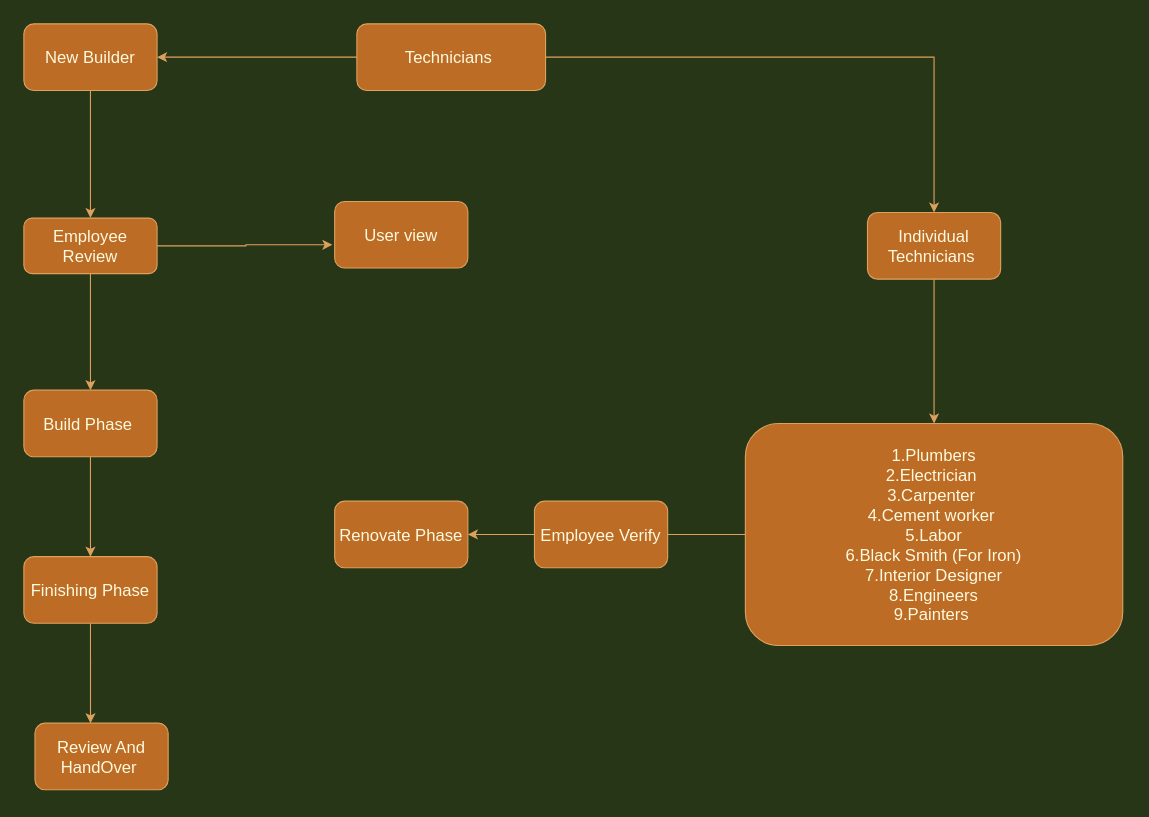
This is page "Technician Phase" (3 of 5) of Buildor.drawio from Satishpokala124/Buildor, a draw.io file, before an edit. Source tidied: cells renumbered, new cells numbered last; positions are measured from the earlier drawing's top-left corner, leaving out a move shared by most shapes. Both pictures are drawn from the tidied source at 111%, with x=0, y=0 at pixel (23, 23).
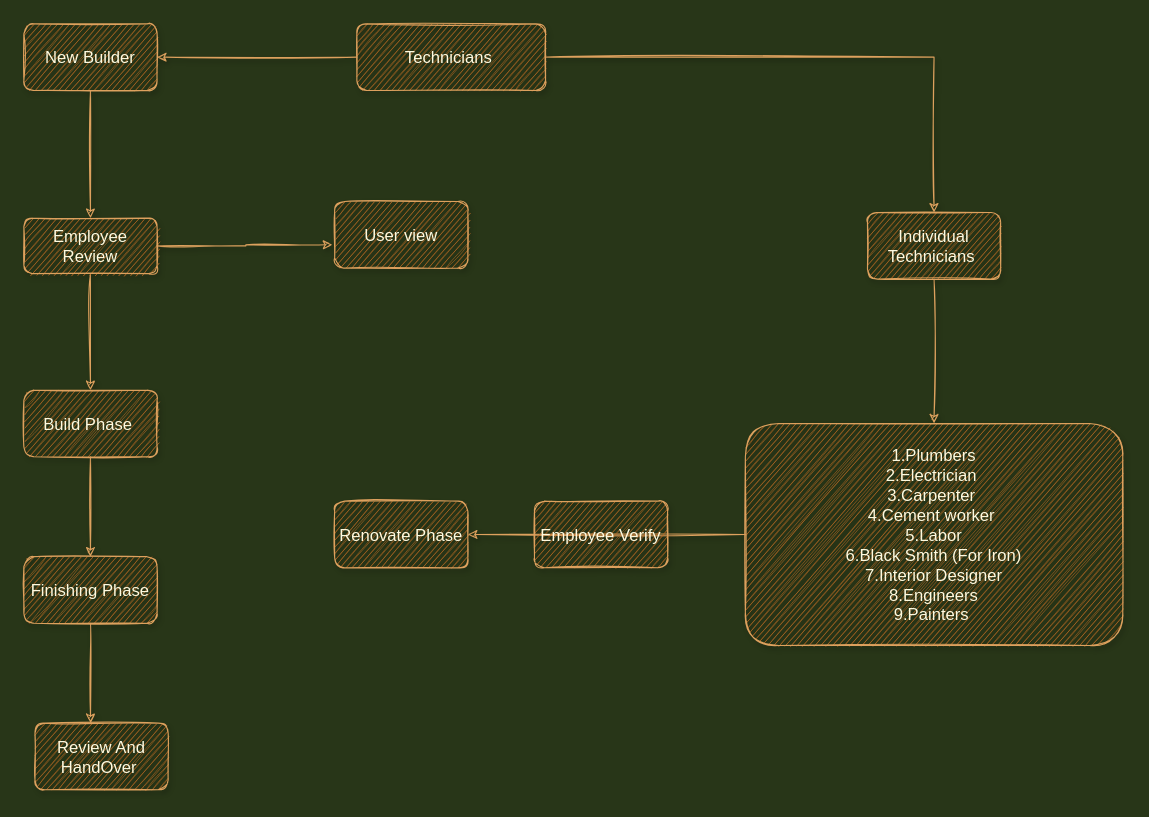
Above is the later version.

Change to the diagram source:
```diff
@@
-    <mxCell id="2" style="edgeStyle=orthogonalEdgeStyle;rounded=0;jettySize=auto;html=1;fontSize=15;labelBackgroundColor=#283618;strokeColor=#DDA15E;fontColor=#FEFAE0;" parent="1" edge="1" source="4" target="10">
+    <mxCell id="2" style="edgeStyle=orthogonalEdgeStyle;rounded=0;jettySize=auto;html=1;fontSize=15;labelBackgroundColor=#283618;strokeColor=#DDA15E;fontColor=#FEFAE0;sketch=1;shadow=1;" parent="1" edge="1" source="4" target="10">
       <mxGeometry relative="1" as="geometry" />
     </mxCell>
-    <mxCell id="3" style="edgeStyle=orthogonalEdgeStyle;rounded=0;jettySize=auto;html=1;exitX=0;exitY=0.5;exitDx=0;exitDy=0;fontSize=15;labelBackgroundColor=#283618;strokeColor=#DDA15E;fontColor=#FEFAE0;" parent="1" edge="1" source="4" target="8">
+    <mxCell id="3" style="edgeStyle=orthogonalEdgeStyle;rounded=0;jettySize=auto;html=1;exitX=0;exitY=0.5;exitDx=0;exitDy=0;fontSize=15;labelBackgroundColor=#283618;strokeColor=#DDA15E;fontColor=#FEFAE0;sketch=1;shadow=1;" parent="1" edge="1" source="4" target="8">
       <mxGeometry relative="1" as="geometry" />
     </mxCell>
-    <mxCell id="4" value="Technicians&amp;nbsp;" style="rounded=1;whiteSpace=wrap;html=1;fontSize=15;fillColor=#BC6C25;strokeColor=#DDA15E;fontColor=#FEFAE0;" parent="1" vertex="1">
+    <mxCell id="4" value="Technicians&amp;nbsp;" style="rounded=1;whiteSpace=wrap;html=1;fontSize=15;fillColor=#BC6C25;strokeColor=#DDA15E;fontColor=#FEFAE0;sketch=1;shadow=1;" parent="1" vertex="1">
       <mxGeometry x="300" width="170" height="60" as="geometry" />
     </mxCell>
-    <mxCell id="5" style="edgeStyle=orthogonalEdgeStyle;rounded=0;jettySize=auto;html=1;fontSize=15;exitX=0.5;exitY=1;exitDx=0;exitDy=0;labelBackgroundColor=#283618;strokeColor=#DDA15E;fontColor=#FEFAE0;" parent="1" edge="1" source="21" target="12">
+    <mxCell id="5" style="edgeStyle=orthogonalEdgeStyle;rounded=0;jettySize=auto;html=1;fontSize=15;exitX=0.5;exitY=1;exitDx=0;exitDy=0;labelBackgroundColor=#283618;strokeColor=#DDA15E;fontColor=#FEFAE0;sketch=1;shadow=1;" parent="1" edge="1" source="21" target="12">
       <mxGeometry relative="1" as="geometry" />
     </mxCell>
-    <mxCell id="6" style="edgeStyle=orthogonalEdgeStyle;rounded=0;jettySize=auto;html=1;exitX=1;exitY=0.5;exitDx=0;exitDy=0;fontSize=15;entryX=-0.017;entryY=0.65;entryDx=0;entryDy=0;entryPerimeter=0;startArrow=none;labelBackgroundColor=#283618;strokeColor=#DDA15E;fontColor=#FEFAE0;" parent="1" edge="1" source="21" target="20">
+    <mxCell id="6" style="edgeStyle=orthogonalEdgeStyle;rounded=0;jettySize=auto;html=1;exitX=1;exitY=0.5;exitDx=0;exitDy=0;fontSize=15;entryX=-0.017;entryY=0.65;entryDx=0;entryDy=0;entryPerimeter=0;startArrow=none;labelBackgroundColor=#283618;strokeColor=#DDA15E;fontColor=#FEFAE0;sketch=1;shadow=1;" parent="1" edge="1" source="21" target="20">
       <mxGeometry relative="1" as="geometry" />
     </mxCell>
-    <mxCell id="7" style="edgeStyle=orthogonalEdgeStyle;rounded=0;jettySize=auto;html=1;exitX=0.5;exitY=1;exitDx=0;exitDy=0;entryX=0.5;entryY=0;entryDx=0;entryDy=0;fontSize=15;labelBackgroundColor=#283618;strokeColor=#DDA15E;fontColor=#FEFAE0;" parent="1" edge="1" source="8" target="21">
+    <mxCell id="7" style="edgeStyle=orthogonalEdgeStyle;rounded=0;jettySize=auto;html=1;exitX=0.5;exitY=1;exitDx=0;exitDy=0;entryX=0.5;entryY=0;entryDx=0;entryDy=0;fontSize=15;labelBackgroundColor=#283618;strokeColor=#DDA15E;fontColor=#FEFAE0;sketch=1;shadow=1;" parent="1" edge="1" source="8" target="21">
       <mxGeometry relative="1" as="geometry" />
     </mxCell>
-    <mxCell id="8" value="New Builder" style="whiteSpace=wrap;html=1;fontSize=15;rounded=1;fillColor=#BC6C25;strokeColor=#DDA15E;fontColor=#FEFAE0;" parent="1" vertex="1">
+    <mxCell id="8" value="New Builder" style="whiteSpace=wrap;html=1;fontSize=15;rounded=1;fillColor=#BC6C25;strokeColor=#DDA15E;fontColor=#FEFAE0;sketch=1;shadow=1;" parent="1" vertex="1">
       <mxGeometry width="120" height="60" as="geometry" />
     </mxCell>
-    <mxCell id="9" style="edgeStyle=orthogonalEdgeStyle;rounded=0;jettySize=auto;html=1;fontSize=15;labelBackgroundColor=#283618;strokeColor=#DDA15E;fontColor=#FEFAE0;" parent="1" edge="1" source="10" target="17">
+    <mxCell id="9" style="edgeStyle=orthogonalEdgeStyle;rounded=0;jettySize=auto;html=1;fontSize=15;labelBackgroundColor=#283618;strokeColor=#DDA15E;fontColor=#FEFAE0;sketch=1;shadow=1;" parent="1" edge="1" source="10" target="17">
       <mxGeometry relative="1" as="geometry" />
     </mxCell>
-    <mxCell id="10" value="Individual Technicians&amp;nbsp;" style="whiteSpace=wrap;html=1;fontSize=15;rounded=1;fillColor=#BC6C25;strokeColor=#DDA15E;fontColor=#FEFAE0;" parent="1" vertex="1">
+    <mxCell id="10" value="Individual Technicians&amp;nbsp;" style="whiteSpace=wrap;html=1;fontSize=15;rounded=1;fillColor=#BC6C25;strokeColor=#DDA15E;fontColor=#FEFAE0;sketch=1;shadow=1;" parent="1" vertex="1">
       <mxGeometry x="760" y="170" width="120" height="60" as="geometry" />
     </mxCell>
-    <mxCell id="11" style="edgeStyle=orthogonalEdgeStyle;rounded=0;jettySize=auto;html=1;exitX=0.5;exitY=1;exitDx=0;exitDy=0;fontSize=15;labelBackgroundColor=#283618;strokeColor=#DDA15E;fontColor=#FEFAE0;" parent="1" edge="1" source="12" target="14">
+    <mxCell id="11" style="edgeStyle=orthogonalEdgeStyle;rounded=0;jettySize=auto;html=1;exitX=0.5;exitY=1;exitDx=0;exitDy=0;fontSize=15;labelBackgroundColor=#283618;strokeColor=#DDA15E;fontColor=#FEFAE0;sketch=1;shadow=1;" parent="1" edge="1" source="12" target="14">
       <mxGeometry relative="1" as="geometry" />
     </mxCell>
-    <mxCell id="12" value="Build Phase&amp;nbsp;" style="whiteSpace=wrap;html=1;fontSize=15;rounded=1;fillColor=#BC6C25;strokeColor=#DDA15E;fontColor=#FEFAE0;" parent="1" vertex="1">
+    <mxCell id="12" value="Build Phase&amp;nbsp;" style="whiteSpace=wrap;html=1;fontSize=15;rounded=1;fillColor=#BC6C25;strokeColor=#DDA15E;fontColor=#FEFAE0;sketch=1;shadow=1;" parent="1" vertex="1">
       <mxGeometry y="330" width="120" height="60" as="geometry" />
     </mxCell>
-    <mxCell id="13" style="edgeStyle=orthogonalEdgeStyle;rounded=0;jettySize=auto;html=1;exitX=0.5;exitY=1;exitDx=0;exitDy=0;entryX=0.417;entryY=0;entryDx=0;entryDy=0;entryPerimeter=0;fontSize=15;labelBackgroundColor=#283618;strokeColor=#DDA15E;fontColor=#FEFAE0;" parent="1" edge="1" source="14" target="15">
+    <mxCell id="13" style="edgeStyle=orthogonalEdgeStyle;rounded=0;jettySize=auto;html=1;exitX=0.5;exitY=1;exitDx=0;exitDy=0;entryX=0.417;entryY=0;entryDx=0;entryDy=0;entryPerimeter=0;fontSize=15;labelBackgroundColor=#283618;strokeColor=#DDA15E;fontColor=#FEFAE0;sketch=1;shadow=1;" parent="1" edge="1" source="14" target="15">
       <mxGeometry relative="1" as="geometry" />
     </mxCell>
-    <mxCell id="14" value="Finishing Phase" style="whiteSpace=wrap;html=1;fontSize=15;rounded=1;fillColor=#BC6C25;strokeColor=#DDA15E;fontColor=#FEFAE0;" parent="1" vertex="1">
+    <mxCell id="14" value="Finishing Phase" style="whiteSpace=wrap;html=1;fontSize=15;rounded=1;fillColor=#BC6C25;strokeColor=#DDA15E;fontColor=#FEFAE0;sketch=1;shadow=1;" parent="1" vertex="1">
       <mxGeometry y="480" width="120" height="60" as="geometry" />
     </mxCell>
-    <mxCell id="15" value="Review And HandOver&amp;nbsp;" style="whiteSpace=wrap;html=1;fontSize=15;rounded=1;fillColor=#BC6C25;strokeColor=#DDA15E;fontColor=#FEFAE0;" parent="1" vertex="1">
+    <mxCell id="15" value="Review And HandOver&amp;nbsp;" style="whiteSpace=wrap;html=1;fontSize=15;rounded=1;fillColor=#BC6C25;strokeColor=#DDA15E;fontColor=#FEFAE0;sketch=1;shadow=1;" parent="1" vertex="1">
       <mxGeometry x="10" y="630" width="120" height="60" as="geometry" />
     </mxCell>
-    <mxCell id="16" style="edgeStyle=orthogonalEdgeStyle;rounded=0;jettySize=auto;html=1;fontSize=15;labelBackgroundColor=#283618;strokeColor=#DDA15E;fontColor=#FEFAE0;" parent="1" edge="1" source="17" target="18">
+    <mxCell id="16" style="edgeStyle=orthogonalEdgeStyle;rounded=0;jettySize=auto;html=1;fontSize=15;labelBackgroundColor=#283618;strokeColor=#DDA15E;fontColor=#FEFAE0;sketch=1;shadow=1;" parent="1" edge="1" source="17" target="18">
       <mxGeometry relative="1" as="geometry" />
     </mxCell>
-    <mxCell id="17" value="1.Plumbers&lt;br&gt;2.Electrician&amp;nbsp;&lt;br&gt;3.Carpenter&amp;nbsp;&lt;br&gt;4.Cement worker&amp;nbsp;&lt;br&gt;5.Labor&lt;br&gt;6.Black Smith (For Iron)&lt;br&gt;7.Interior Designer&lt;br&gt;8.Engineers&lt;br&gt;9.Painters&amp;nbsp;" style="whiteSpace=wrap;html=1;fontSize=15;rounded=1;fillColor=#BC6C25;strokeColor=#DDA15E;fontColor=#FEFAE0;" parent="1" vertex="1">
+    <mxCell id="17" value="1.Plumbers&lt;br&gt;2.Electrician&amp;nbsp;&lt;br&gt;3.Carpenter&amp;nbsp;&lt;br&gt;4.Cement worker&amp;nbsp;&lt;br&gt;5.Labor&lt;br&gt;6.Black Smith (For Iron)&lt;br&gt;7.Interior Designer&lt;br&gt;8.Engineers&lt;br&gt;9.Painters&amp;nbsp;" style="whiteSpace=wrap;html=1;fontSize=15;rounded=1;fillColor=#BC6C25;strokeColor=#DDA15E;fontColor=#FEFAE0;sketch=1;shadow=1;" parent="1" vertex="1">
       <mxGeometry x="650" y="360" width="340" height="200" as="geometry" />
     </mxCell>
-    <mxCell id="18" value="Renovate Phase" style="whiteSpace=wrap;html=1;fontSize=15;rounded=1;fillColor=#BC6C25;strokeColor=#DDA15E;fontColor=#FEFAE0;" parent="1" vertex="1">
+    <mxCell id="18" value="Renovate Phase" style="whiteSpace=wrap;html=1;fontSize=15;rounded=1;fillColor=#BC6C25;strokeColor=#DDA15E;fontColor=#FEFAE0;sketch=1;shadow=1;" parent="1" vertex="1">
       <mxGeometry x="280" y="430" width="120" height="60" as="geometry" />
     </mxCell>
-    <mxCell id="19" value="Employee Verify" style="rounded=1;whiteSpace=wrap;html=1;fontSize=15;fillColor=#BC6C25;strokeColor=#DDA15E;fontColor=#FEFAE0;" parent="1" vertex="1">
+    <mxCell id="19" value="Employee Verify" style="rounded=1;whiteSpace=wrap;html=1;fontSize=15;fillColor=#BC6C25;strokeColor=#DDA15E;fontColor=#FEFAE0;sketch=1;shadow=1;" parent="1" vertex="1">
       <mxGeometry x="460" y="430" width="120" height="60" as="geometry" />
     </mxCell>
-    <mxCell id="20" value="User view" style="rounded=1;whiteSpace=wrap;html=1;fontSize=15;fillColor=#BC6C25;strokeColor=#DDA15E;fontColor=#FEFAE0;" parent="1" vertex="1">
+    <mxCell id="20" value="User view" style="rounded=1;whiteSpace=wrap;html=1;fontSize=15;fillColor=#BC6C25;strokeColor=#DDA15E;fontColor=#FEFAE0;sketch=1;shadow=1;" parent="1" vertex="1">
       <mxGeometry x="280" y="160" width="120" height="60" as="geometry" />
     </mxCell>
-    <mxCell id="21" value="Employee Review" style="rounded=1;whiteSpace=wrap;html=1;fontSize=15;fillColor=#BC6C25;strokeColor=#DDA15E;fontColor=#FEFAE0;" parent="1" vertex="1">
+    <mxCell id="21" value="Employee Review" style="rounded=1;whiteSpace=wrap;html=1;fontSize=15;fillColor=#BC6C25;strokeColor=#DDA15E;fontColor=#FEFAE0;sketch=1;shadow=1;" parent="1" vertex="1">
       <mxGeometry y="175" width="120" height="50" as="geometry" />
     </mxCell>
```
